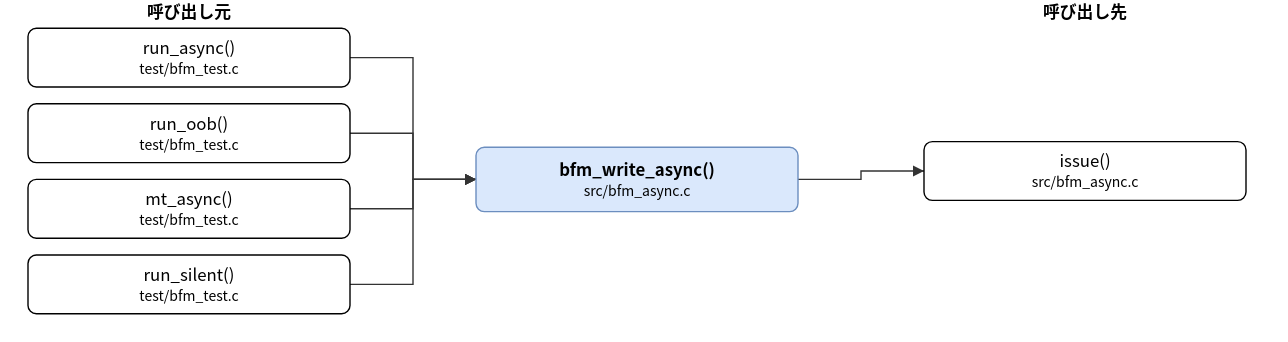
The draw.io diagram doc/spec/images/call_src_bfm_async-bfm_write_async.drawio.svg in hf355051012-ai/bfmem, before a commit. Source tidied: cells renumbered, new cells last; positions are measured from the earlier drawing's top-left corner, leaving out a move shared by most shapes.
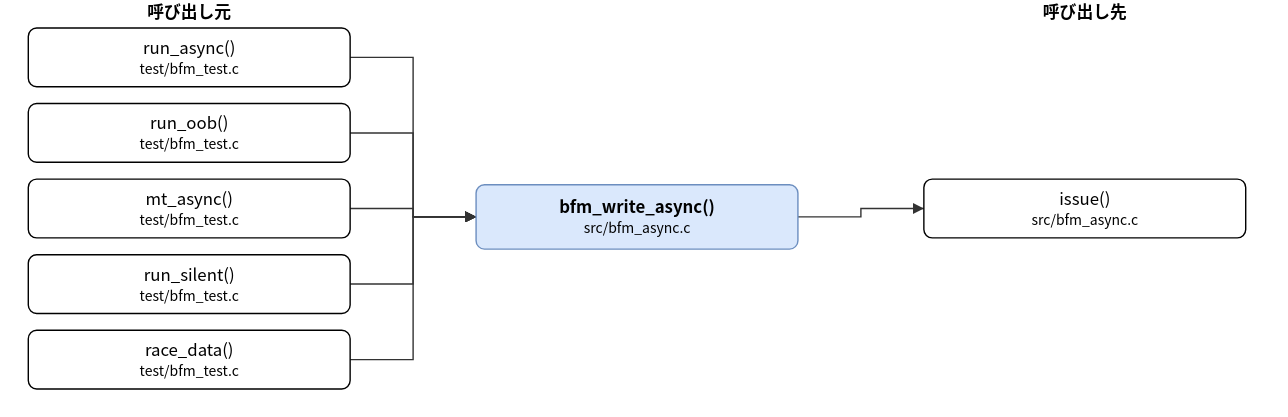
After the change.

Diff of the diagram source:
```diff
@@ -3,7 +3,7 @@
     <mxCell id="0" />
     <mxCell id="1" parent="0" />
     <mxCell id="2" value="bfm_write_async()&lt;br&gt;&lt;font style=&quot;font-size:10px&quot;&gt;src/bfm_async.c&lt;/font&gt;" style="rounded=1;whiteSpace=wrap;html=1;fillColor=#dae8fc;strokeColor=#6c8ebf;fontStyle=1;" parent="1" vertex="1">
-      <mxGeometry x="320" y="105" width="230" height="46" as="geometry" />
+      <mxGeometry x="320" y="132" width="230" height="46" as="geometry" />
     </mxCell>
     <mxCell id="3" value="run_async()&lt;br&gt;&lt;font style=&quot;font-size:10px&quot;&gt;test/bfm_test.c&lt;/font&gt;" style="rounded=1;whiteSpace=wrap;html=1;" parent="1" vertex="1">
       <mxGeometry y="20" width="230" height="42" as="geometry" />
@@ -17,14 +17,17 @@
     <mxCell id="6" value="run_silent()&lt;br&gt;&lt;font style=&quot;font-size:10px&quot;&gt;test/bfm_test.c&lt;/font&gt;" style="rounded=1;whiteSpace=wrap;html=1;" parent="1" vertex="1">
       <mxGeometry y="182" width="230" height="42" as="geometry" />
     </mxCell>
+    <mxCell id="15" value="race_data()&lt;br&gt;&lt;font style=&quot;font-size:10px&quot;&gt;test/bfm_test.c&lt;/font&gt;" style="rounded=1;whiteSpace=wrap;html=1;" parent="1" vertex="1">
+      <mxGeometry y="236" width="230" height="42" as="geometry" />
+    </mxCell>
     <mxCell id="7" value="issue()&lt;br&gt;&lt;font style=&quot;font-size:10px&quot;&gt;src/bfm_async.c&lt;/font&gt;" style="rounded=1;whiteSpace=wrap;html=1;" parent="1" vertex="1">
-      <mxGeometry x="640" y="101" width="230" height="42" as="geometry" />
+      <mxGeometry x="640" y="128" width="230" height="42" as="geometry" />
     </mxCell>
     <mxCell id="8" style="edgeStyle=none;html=1;rounded=0;endArrow=block;endFill=1;exitX=1.0000;exitY=0.5000;exitDx=0;exitDy=0;exitPerimeter=0;entryX=0.0000;entryY=0.5000;entryDx=0;entryDy=0;entryPerimeter=0;" parent="1" edge="1" source="3" target="2">
       <mxGeometry relative="1" as="geometry">
         <Array as="points">
           <mxPoint x="275" y="41" />
-          <mxPoint x="275" y="128" />
+          <mxPoint x="275" y="155" />
         </Array>
       </mxGeometry>
     </mxCell>
@@ -32,7 +35,7 @@
       <mxGeometry relative="1" as="geometry">
         <Array as="points">
           <mxPoint x="275" y="95" />
-          <mxPoint x="275" y="128" />
+          <mxPoint x="275" y="155" />
         </Array>
       </mxGeometry>
     </mxCell>
@@ -40,7 +43,7 @@
       <mxGeometry relative="1" as="geometry">
         <Array as="points">
           <mxPoint x="275" y="149" />
-          <mxPoint x="275" y="128" />
+          <mxPoint x="275" y="155" />
         </Array>
       </mxGeometry>
     </mxCell>
@@ -48,18 +51,26 @@
       <mxGeometry relative="1" as="geometry">
         <Array as="points">
           <mxPoint x="275" y="203" />
-          <mxPoint x="275" y="128" />
+          <mxPoint x="275" y="155" />
         </Array>
       </mxGeometry>
     </mxCell>
-    <mxCell id="12" style="edgeStyle=none;html=1;rounded=0;endArrow=block;endFill=1;exitX=1.0000;exitY=0.5000;exitDx=0;exitDy=0;exitPerimeter=0;entryX=0.0000;entryY=0.5000;entryDx=0;entryDy=0;entryPerimeter=0;" parent="1" edge="1" source="2" target="7">
+    <mxCell id="12" style="edgeStyle=none;html=1;rounded=0;endArrow=block;endFill=1;exitX=1.0000;exitY=0.5000;exitDx=0;exitDy=0;exitPerimeter=0;entryX=0.0000;entryY=0.5000;entryDx=0;entryDy=0;entryPerimeter=0;" parent="1" edge="1" source="15" target="2">
       <mxGeometry relative="1" as="geometry">
         <Array as="points">
-          <mxPoint x="595" y="128" />
-          <mxPoint x="595" y="122" />
+          <mxPoint x="275" y="257" />
+          <mxPoint x="275" y="155" />
         </Array>
       </mxGeometry>
     </mxCell>
+    <mxCell id="16" style="edgeStyle=none;html=1;rounded=0;endArrow=block;endFill=1;exitX=1.0000;exitY=0.5000;exitDx=0;exitDy=0;exitPerimeter=0;entryX=0.0000;entryY=0.5000;entryDx=0;entryDy=0;entryPerimeter=0;" parent="1" edge="1" source="2" target="7">
+      <mxGeometry relative="1" as="geometry">
+        <Array as="points">
+          <mxPoint x="595" y="155" />
+          <mxPoint x="595" y="149" />
+        </Array>
+      </mxGeometry>
+    </mxCell>
     <mxCell id="13" value="呼び出し元" style="text;html=1;align=center;fontStyle=1;" parent="1" vertex="1">
       <mxGeometry x="35" width="160" height="18" as="geometry" />
     </mxCell>
```
